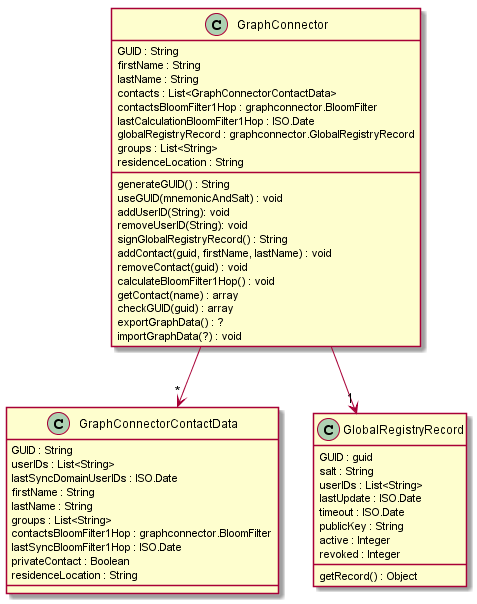
Above: docs/datamodel/Graph-Connector-Data-Model.png in reTHINK-project/dev-service-framework (PlantUML), before the change. The source it was exported from:
```plantuml
@startuml

GraphConnector -->"*" GraphConnectorContactData
GraphConnector -->"1" GlobalRegistryRecord


class GraphConnector {

GUID : String
firstName : String
lastName : String
contacts : List<GraphConnectorContactData>
contactsBloomFilter1Hop : graphconnector.BloomFilter
lastCalculationBloomFilter1Hop : ISO.Date
globalRegistryRecord : graphconnector.GlobalRegistryRecord
groups : List<String>
residenceLocation : String

generateGUID() : String
useGUID(mnemonicAndSalt) : void
addUserID(String): void
removeUserID(String): void
signGlobalRegistryRecord() : String
addContact(guid, firstName, lastName) : void
removeContact(guid) : void
calculateBloomFilter1Hop() : void
getContact(name) : array
checkGUID(guid) : array
exportGraphData() : ?
importGraphData(?) : void

}


class GraphConnectorContactData {

GUID : String
userIDs : List<String>
lastSyncDomainUserIDs : ISO.Date
firstName : String
lastName : String
groups : List<String>
contactsBloomFilter1Hop : graphconnector.BloomFilter
lastSyncBloomFilter1Hop : ISO.Date
privateContact : Boolean
residenceLocation : String

}


class GlobalRegistryRecord {

GUID : guid
salt : String
userIDs : List<String>
lastUpdate : ISO.Date
timeout : ISO.Date
publicKey : String
active : Integer
revoked : Integer

getRecord() : Object

}



@enduml
```
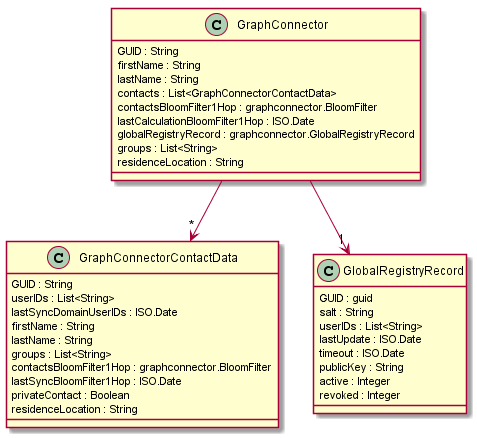
After the commit.

Commit message:
remove methods from graph connector data model

Change to the diagram source:
```diff
@@ -15,19 +15,6 @@
 globalRegistryRecord : graphconnector.GlobalRegistryRecord
 groups : List<String>
 residenceLocation : String
-
-generateGUID() : String
-useGUID(mnemonicAndSalt) : void
-addUserID(String): void
-removeUserID(String): void
-signGlobalRegistryRecord() : String
-addContact(guid, firstName, lastName) : void
-removeContact(guid) : void
-calculateBloomFilter1Hop() : void
-getContact(name) : array
-checkGUID(guid) : array
-exportGraphData() : ?
-importGraphData(?) : void
 
 }
 
@@ -59,8 +46,6 @@
 active : Integer
 revoked : Integer
 
-getRecord() : Object
-
 }
 
 
```
